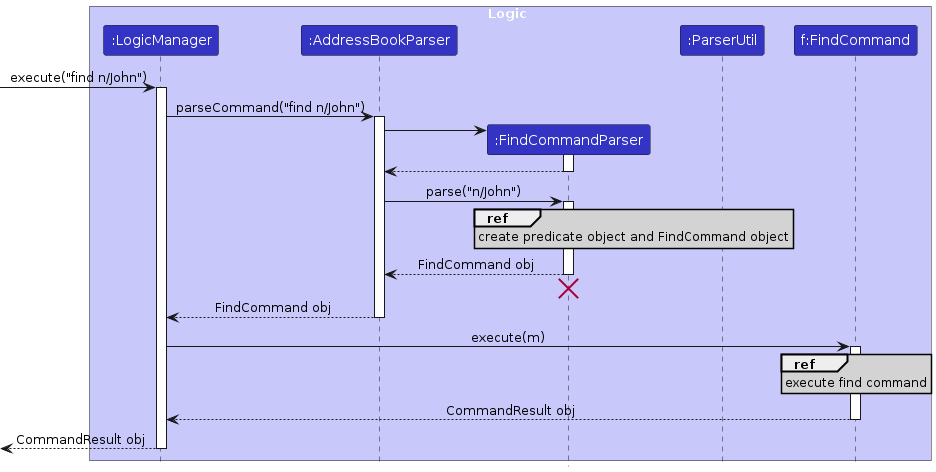
Earlier version of the PlantUML export diagrams/FindSequenceDiagramP1.png (AY2425S1-CS2103T-F09-3/tp). Its source is kept beside it as diagrams/FindSequenceDiagramP1.puml.
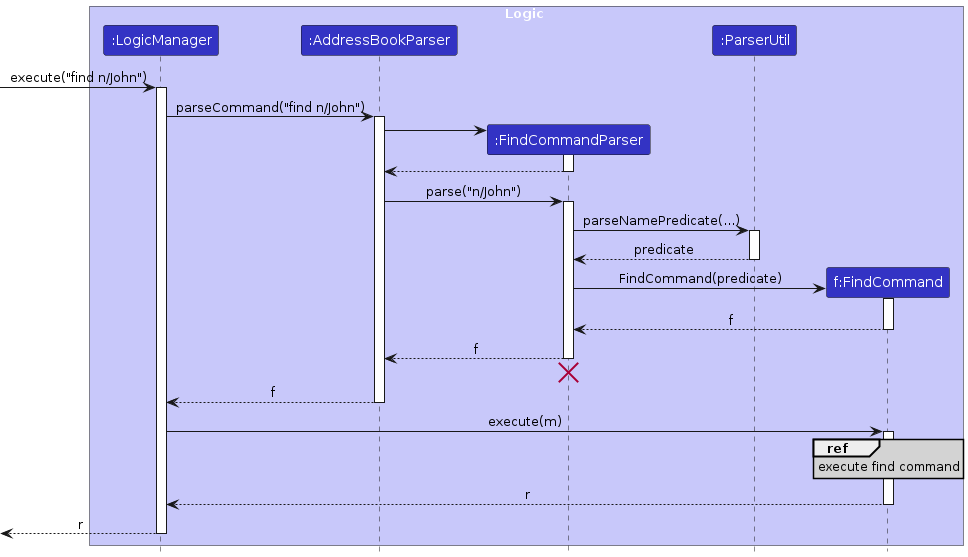
The same diagram one commit later.

Diff of the diagram source:
```diff
@@ -27,16 +27,25 @@
 AddressBookParser -> FindCommandParser : parse("n/John")
 activate FindCommandParser
 
-ref over FindCommandParser
-    create predicate object and FindCommand object
-end ref
+FindCommandParser -> ParserUtil : parseNamePredicate(...)
+activate ParserUtil
 
-FindCommandParser --> AddressBookParser : FindCommand obj
+ParserUtil --> FindCommandParser : predicate
+deactivate ParserUtil
+
+create FindCommand
+FindCommandParser -> FindCommand : FindCommand(predicate)
+activate FindCommand
+
+FindCommand --> FindCommandParser : f
+deactivate FindCommand
+
+FindCommandParser --> AddressBookParser : f
 deactivate FindCommandParser
 FindCommandParser -[hidden]-> AddressBookParser
 destroy FindCommandParser
 
-AddressBookParser --> LogicManager : FindCommand obj
+AddressBookParser --> LogicManager : f
 deactivate AddressBookParser
 
 LogicManager -> FindCommand : execute(m)
@@ -46,9 +55,9 @@
     execute find command
 end ref
 
-FindCommand --> LogicManager : CommandResult obj
+FindCommand --> LogicManager : r
 deactivate FindCommand
 
-[<--LogicManager : CommandResult obj
+[<--LogicManager : r
 deactivate LogicManager
 @enduml
```
